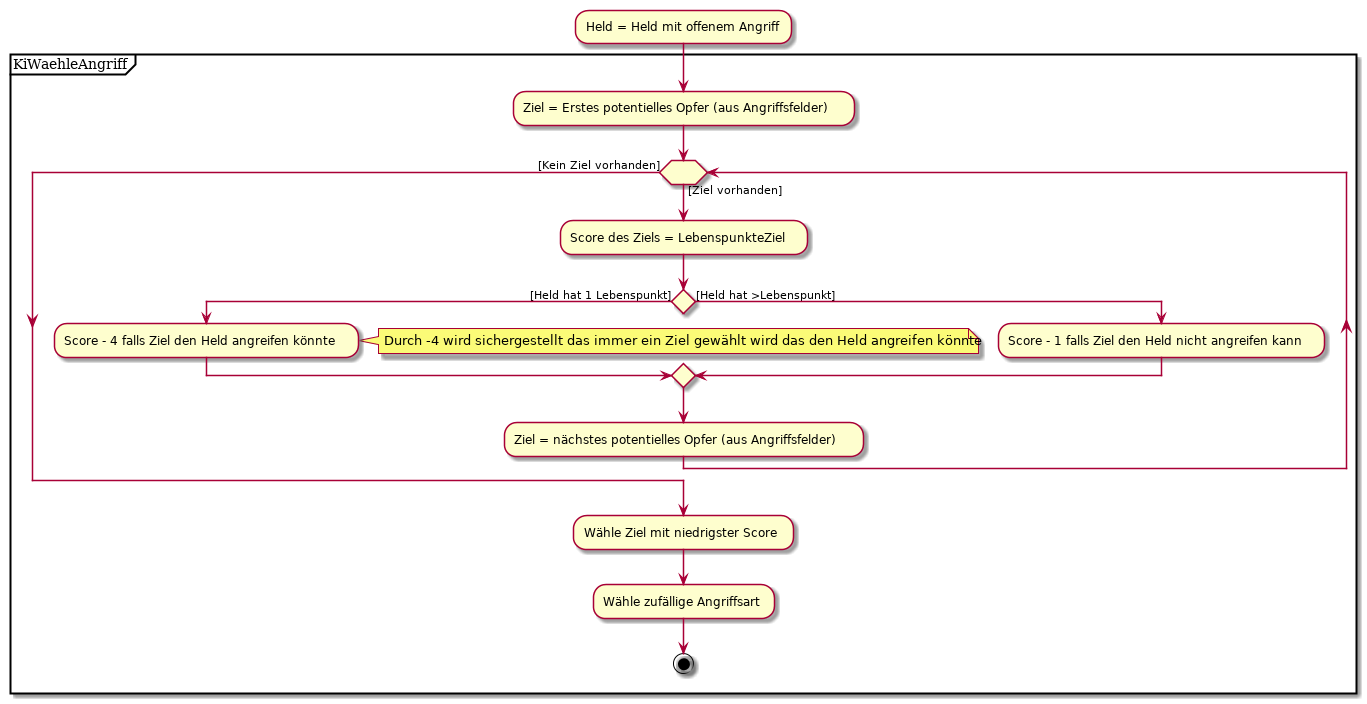
This is Design/OOD/Diagramme/KiWaehleAngriff.png from Vitja21/SE1PUE3, a PlantUML export, as it was before one commit.
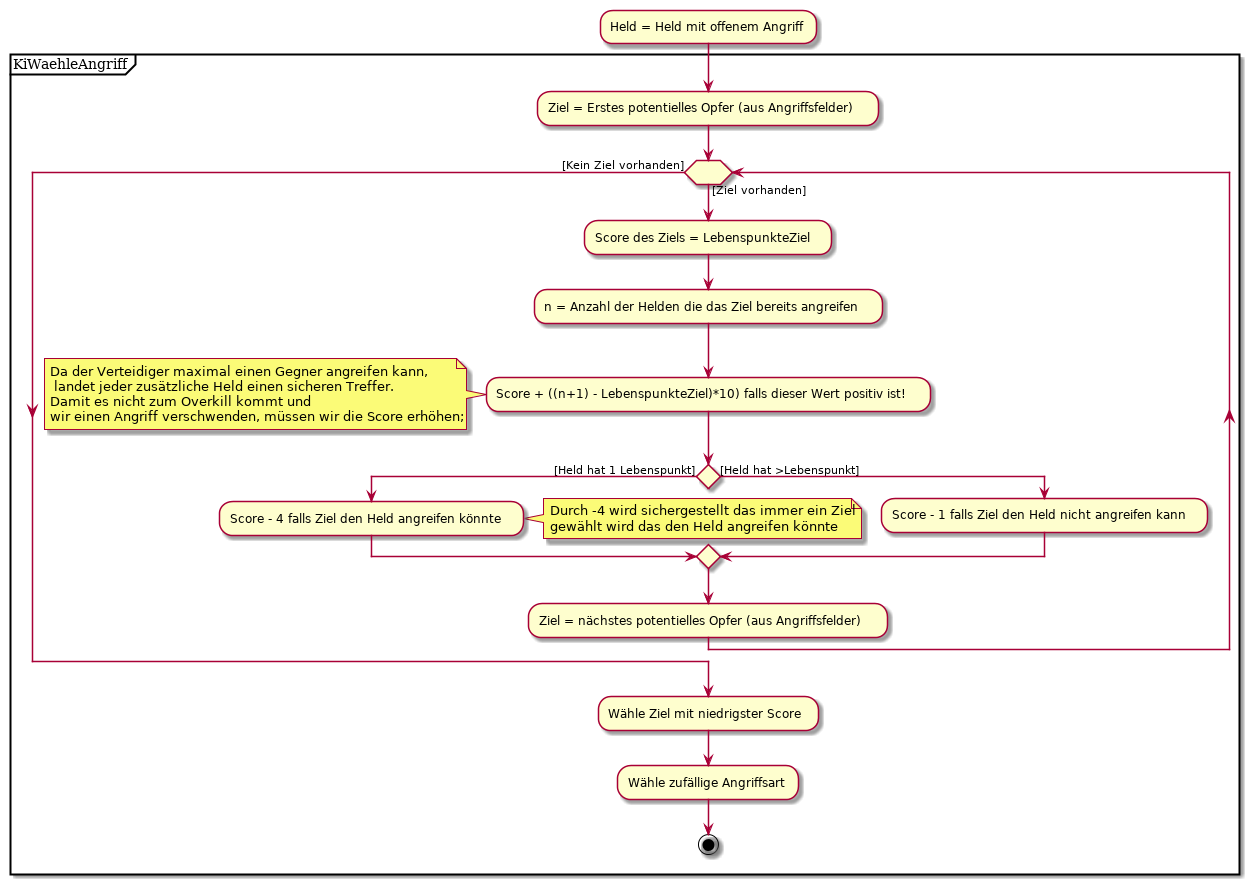
After the change.

Commit message:
Verhindere Overkill durch zu starken Focus

Change to the diagram source:
```diff
@@ -7,9 +7,12 @@
 
     while ( ) is ([Ziel vorhanden])
         :Score des Ziels = LebenspunkteZiel;
+        :n = Anzahl der Helden die das Ziel bereits angreifen;
+        :Score + ((n+1) - LebenspunkteZiel)*10) falls dieser Wert positiv ist!;
+        note left: Da der Verteidiger maximal einen Gegner angreifen kann,\n landet jeder zusätzliche Held einen sicheren Treffer.\nDamit es nicht zum Overkill kommt und \nwir einen Angriff verschwenden, müssen wir die Score erhöhen;
         if () then ([Held hat 1 Lebenspunkt])
             :Score - 4 falls Ziel den Held angreifen könnte;
-            note right: Durch -4 wird sichergestellt das immer ein Ziel gewählt wird das den Held angreifen könnte
+            note right: Durch -4 wird sichergestellt das immer ein Ziel\ngewählt wird das den Held angreifen könnte
         else ([Held hat >Lebenspunkt])
             :Score - 1 falls Ziel den Held nicht angreifen kann;
         endif
```
